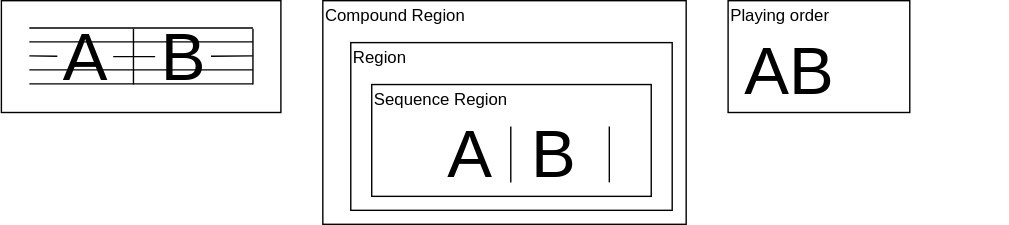
ruimo/klavier-core keeps this draw.io diagram as docs/repeat/example02.drawio.svg. Above is the earlier version. Source tidied: cells renumbered, new cells last; positions are measured from the earlier drawing's top-left corner, leaving out a move shared by most shapes.
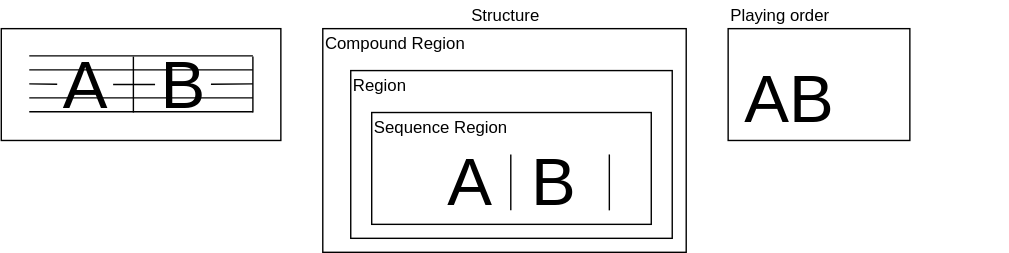
The same file after the commit.

Diff of the diagram source:
```diff
@@ -100,10 +100,13 @@
       <mxGeometry x="520" width="130" height="80" as="geometry" />
     </mxCell>
     <mxCell id="25" value="Playing order" style="text;html=1;strokeColor=none;fillColor=none;align=left;verticalAlign=middle;whiteSpace=wrap;rounded=0;" parent="1" vertex="1">
-      <mxGeometry x="520" width="200" height="20" as="geometry" />
+      <mxGeometry x="520" y="-20" width="200" height="20" as="geometry" />
     </mxCell>
     <mxCell id="26" value="&lt;font style=&quot;font-size: 48px&quot;&gt;AB&lt;/font&gt;" style="text;html=1;strokeColor=none;fillColor=none;align=left;verticalAlign=middle;whiteSpace=wrap;rounded=0;" parent="1" vertex="1">
       <mxGeometry x="530" y="40" width="110" height="20" as="geometry" />
     </mxCell>
+    <mxCell id="27" value="Structure" style="text;html=1;strokeColor=none;fillColor=none;align=center;verticalAlign=middle;whiteSpace=wrap;rounded=0;" parent="1" vertex="1">
+      <mxGeometry x="230" y="-20" width="260" height="20" as="geometry" />
+    </mxCell>
   </root>
 </mxGraphModel>
```
